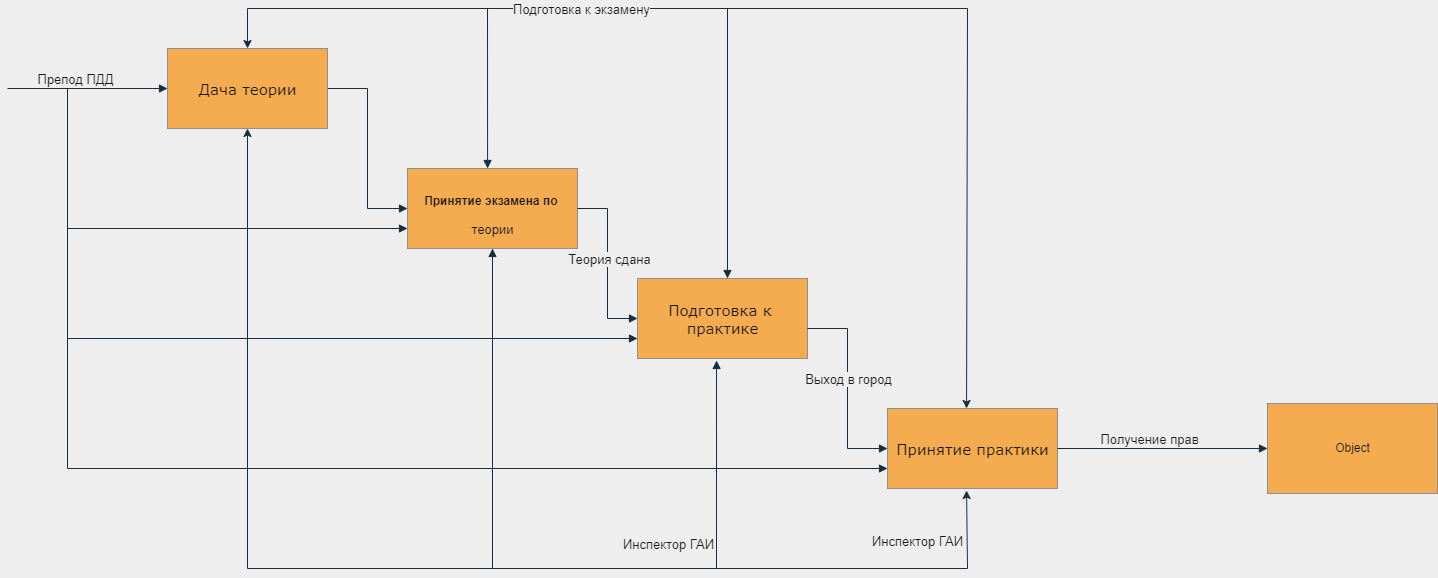
This is idef.png from UnravelGhoul2005/strong, a draw.io export, as it was before one commit. Source tidied: cells renumbered, new cells last; positions are measured from the earlier drawing's top-left corner, leaving out a move shared by most shapes.
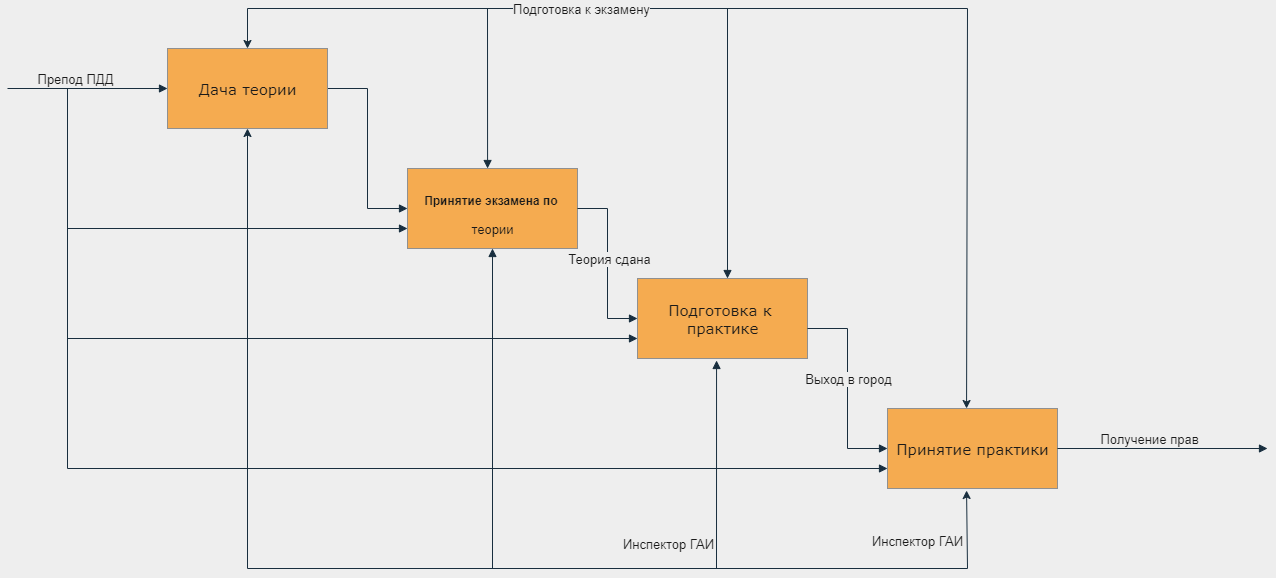
The same diagram one commit later.

Diff of the diagram source:
```diff
@@ -141,8 +141,5 @@
         <mxPoint y="-9" as="offset" />
       </mxGeometry>
     </mxCell>
-    <mxCell id="27" value="Object" style="html=1;fillColor=#F5AB50;strokeColor=#909090;fontColor=#1A1A1A;" parent="1" vertex="1">
-      <mxGeometry x="1260" y="395" width="170" height="90" as="geometry" />
-    </mxCell>
   </root>
 </mxGraphModel>
```
